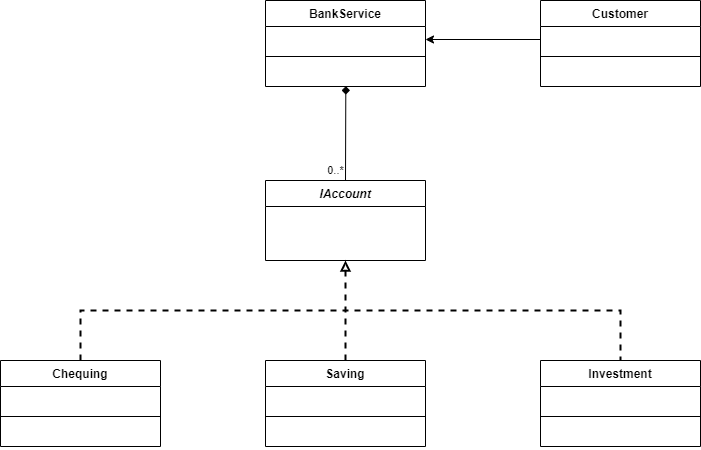
Before: Design Patterns/Structural/Facade/Facade Class Diagram.png, a diagram exported from draw.io (smitbmx/Architecture-Diagrams). Source tidied: cells renumbered, new cells last; positions are measured from the earlier drawing's top-left corner, leaving out a move shared by most shapes.
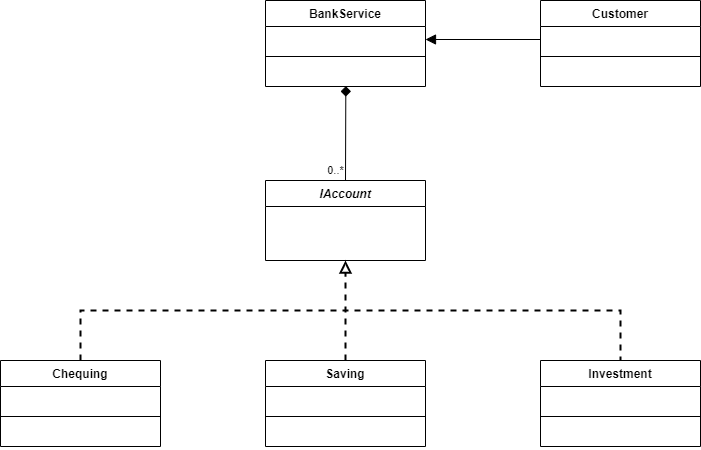
Later version of the same file.

What changed in the source:
```diff
@@ -76,10 +76,10 @@
         </Array>
       </mxGeometry>
     </mxCell>
-    <mxCell id="25" style="endArrow=block;dashed=1;html=1;exitX=0.5;exitY=0;exitDx=0;exitDy=0;entryX=0.5;entryY=1;entryDx=0;entryDy=0;endFill=0;strokeWidth=2;" parent="1" edge="1" source="12" target="10">
+    <mxCell id="25" style="endArrow=block;dashed=1;html=1;exitX=0.5;exitY=0;exitDx=0;exitDy=0;entryX=0.5;entryY=1;entryDx=0;entryDy=0;endFill=0;strokeWidth=2;endSize=8;startSize=8;" parent="1" edge="1" source="12" target="10">
       <mxGeometry relative="1" as="geometry" />
     </mxCell>
-    <mxCell id="26" style="endArrow=diamond;html=1;exitX=0.5;exitY=0;exitDx=0;exitDy=0;entryX=0.502;entryY=0.988;entryDx=0;entryDy=0;entryPerimeter=0;endFill=1;" parent="1" edge="1" source="10" target="5">
+    <mxCell id="26" style="endArrow=diamond;html=1;exitX=0.5;exitY=0;exitDx=0;exitDy=0;entryX=0.502;entryY=0.988;entryDx=0;entryDy=0;entryPerimeter=0;endFill=1;endSize=8;startSize=8;" parent="1" edge="1" source="10" target="5">
       <mxGeometry relative="1" as="geometry" />
     </mxCell>
     <mxCell id="27" value="0..*" style="edgeLabel;html=1;align=center;verticalAlign=middle;" parent="26" vertex="1">
@@ -87,7 +87,7 @@
         <mxPoint x="-10" y="6" as="offset" />
       </mxGeometry>
     </mxCell>
-    <mxCell id="28" style="endArrow=classic;html=1;entryX=1;entryY=0.5;entryDx=0;entryDy=0;exitX=0;exitY=0.5;exitDx=0;exitDy=0;" parent="1" edge="1" source="7" target="3">
+    <mxCell id="28" style="endArrow=block;html=1;entryX=1;entryY=0.5;entryDx=0;entryDy=0;exitX=0;exitY=0.5;exitDx=0;exitDy=0;endSize=8;startSize=8;endFill=1;" parent="1" edge="1" source="7" target="3">
       <mxGeometry relative="1" as="geometry" />
     </mxCell>
   </root>
```
